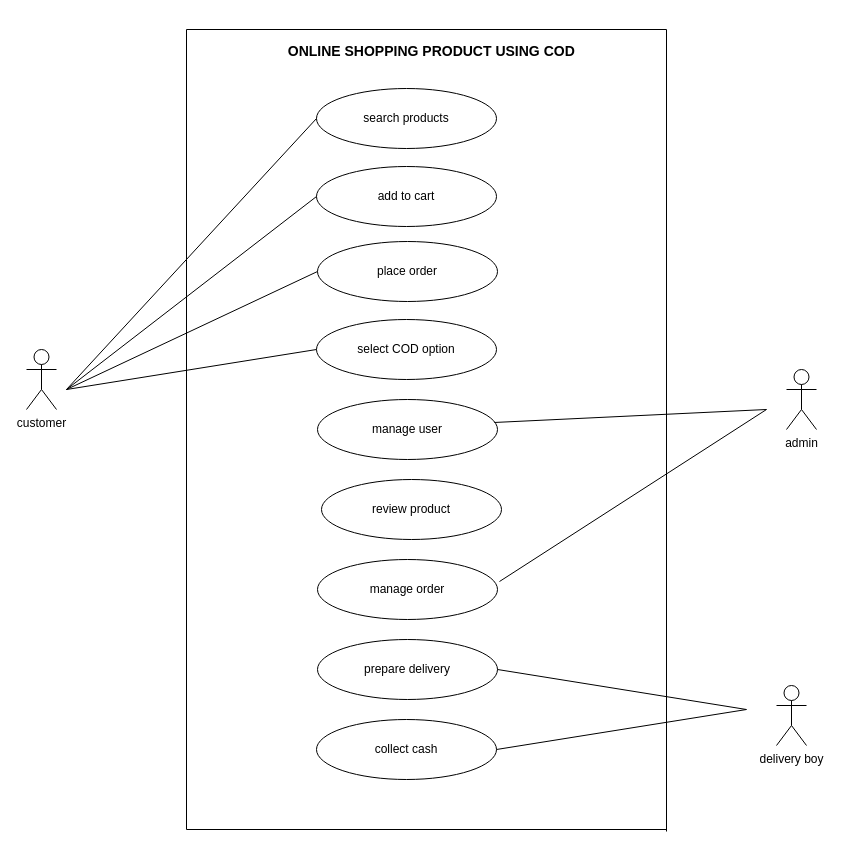
hetaljadav/testing keeps this draw.io diagram as Manual testing/Assignment/Module 1/cod.drawio. Above is the earlier version. Source tidied: cells renumbered, new cells numbered last; positions are measured from the earlier drawing's top-left corner, leaving out a move shared by most shapes. Both pictures are drawn from the tidied source at 100%, with x=0, y=0 at pixel (26, 17).
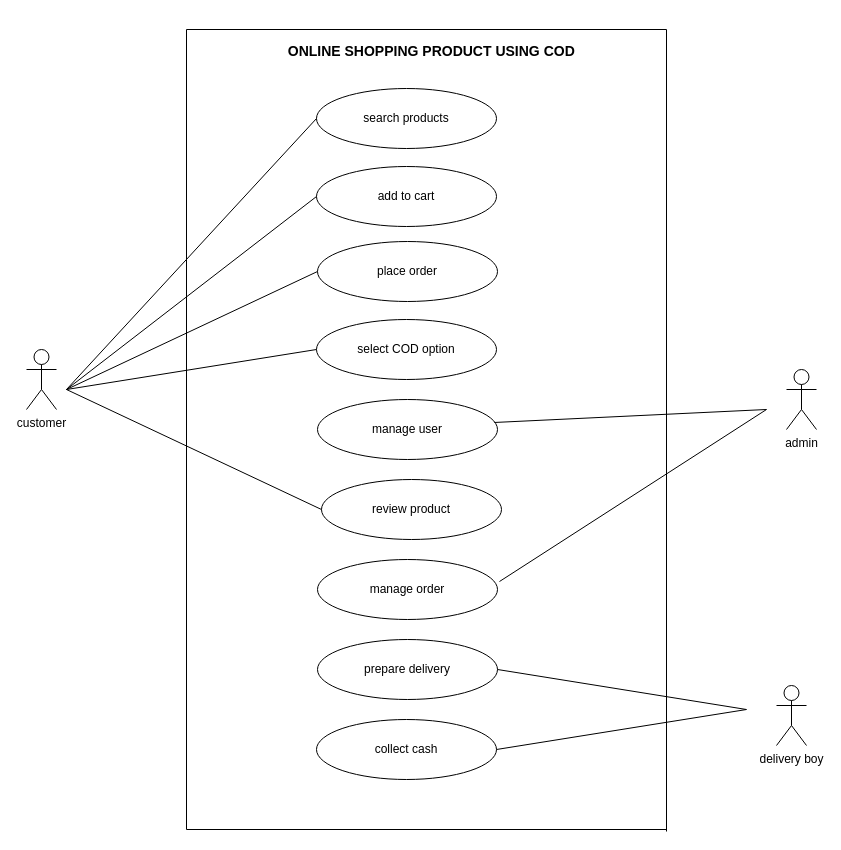
After the change.

Unchanged cells that the change refers to:
```xml
<mxCell id="10" value="review product" style="ellipse;whiteSpace=wrap;html=1;" parent="1" vertex="1">
  <mxGeometry x="295" y="462" width="180" height="60" as="geometry" />
</mxCell>
```

Diff of the diagram source:
```diff
@@
+    <mxCell id="27" style="endArrow=none;html=1;rounded=0;entryX=0;entryY=0.5;entryDx=0;entryDy=0;" parent="1" edge="1" target="10">
+      <mxGeometry relative="1" as="geometry">
+        <mxPoint x="40" y="372" as="sourcePoint" />
+      </mxGeometry>
+    </mxCell>
```
